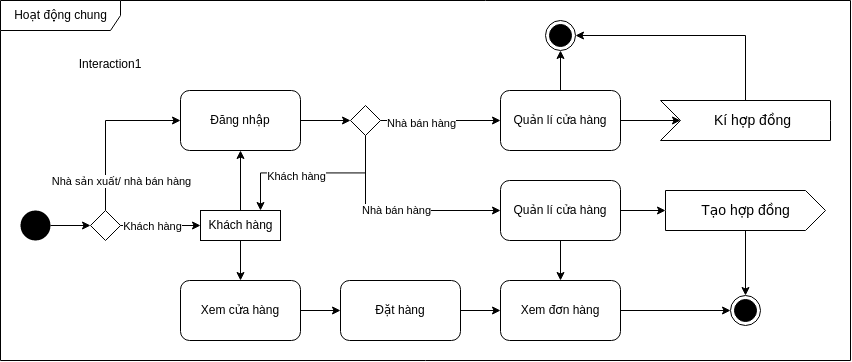
Before: images/activity.png, a diagram exported from draw.io (ocopee/docs). Source tidied: cells renumbered, new cells last; positions are measured from the earlier drawing's top-left corner, leaving out a move shared by most shapes. Its diagram source:
```xml
<mxGraphModel>
  <root>
    <mxCell id="0" />
    <mxCell id="1" parent="0" />
    <mxCell id="2" style="edgeStyle=orthogonalEdgeStyle;rounded=0;jettySize=auto;html=1;entryX=0;entryY=0.5;entryDx=0;entryDy=0;" parent="1" edge="1" source="5" target="34">
      <mxGeometry relative="1" as="geometry" />
    </mxCell>
    <mxCell id="3" style="edgeStyle=orthogonalEdgeStyle;rounded=0;jettySize=auto;html=1;entryX=0.75;entryY=0;entryDx=0;entryDy=0;exitX=0.5;exitY=1;exitDx=0;exitDy=0;" parent="1" edge="1" source="34" target="30">
      <mxGeometry relative="1" as="geometry" />
    </mxCell>
    <mxCell id="4" value="Khách hàng" style="edgeLabel;html=1;align=center;verticalAlign=middle;" parent="3" vertex="1">
      <mxGeometry x="0.19" y="3" relative="1" as="geometry" />
    </mxCell>
    <mxCell id="5" value="Đăng nhập" style="rounded=1;whiteSpace=wrap;html=1;" parent="1" vertex="1">
      <mxGeometry x="180" y="90" width="120" height="60" as="geometry" />
    </mxCell>
    <mxCell id="6" style="edgeStyle=orthogonalEdgeStyle;rounded=0;jettySize=auto;html=1;" parent="1" edge="1" source="8" target="21">
      <mxGeometry relative="1" as="geometry" />
    </mxCell>
    <mxCell id="7" style="edgeStyle=orthogonalEdgeStyle;rounded=0;jettySize=auto;html=1;entryX=0;entryY=0;entryDx=0;entryDy=20;entryPerimeter=0;" parent="1" edge="1" source="8" target="12">
      <mxGeometry relative="1" as="geometry" />
    </mxCell>
    <mxCell id="8" value="Quản lí cửa hàng" style="rounded=1;whiteSpace=wrap;html=1;" parent="1" vertex="1">
      <mxGeometry x="500" y="180" width="120" height="60" as="geometry" />
    </mxCell>
    <mxCell id="9" style="edgeStyle=orthogonalEdgeStyle;rounded=0;jettySize=auto;html=1;entryX=1;entryY=0.5;entryDx=0;entryDy=0;exitX=0;exitY=0;exitDx=85;exitDy=0;exitPerimeter=0;" parent="1" edge="1" source="10" target="37">
      <mxGeometry relative="1" as="geometry" />
    </mxCell>
    <mxCell id="10" value="Kí hợp đồng" style="html=1;shape=mxgraph.infographic.ribbonSimple;notch1=20;notch2=0;align=center;verticalAlign=middle;fontSize=14;fontStyle=0;fillColor=#FFFFFF;flipH=0;spacingRight=0;spacingLeft=14;" parent="1" vertex="1">
      <mxGeometry x="660" y="100" width="170" height="40" as="geometry" />
    </mxCell>
    <mxCell id="11" style="edgeStyle=orthogonalEdgeStyle;rounded=0;jettySize=auto;html=1;entryX=0.5;entryY=0;entryDx=0;entryDy=0;" parent="1" edge="1" source="12" target="35">
      <mxGeometry relative="1" as="geometry" />
    </mxCell>
    <mxCell id="12" value="Tạo hợp đồng" style="html=1;shape=mxgraph.infographic.ribbonSimple;notch1=0;notch2=20;align=center;verticalAlign=middle;fontSize=14;fontStyle=0;fillColor=#FFFFFF;" parent="1" vertex="1">
      <mxGeometry x="665" y="190" width="160" height="40" as="geometry" />
    </mxCell>
    <mxCell id="13" style="edgeStyle=orthogonalEdgeStyle;rounded=0;jettySize=auto;html=1;entryX=0;entryY=0;entryDx=20;entryDy=20;entryPerimeter=0;" parent="1" edge="1" source="15" target="10">
      <mxGeometry relative="1" as="geometry" />
    </mxCell>
    <mxCell id="14" style="edgeStyle=orthogonalEdgeStyle;rounded=0;jettySize=auto;html=1;" parent="1" edge="1" source="15" target="37">
      <mxGeometry relative="1" as="geometry" />
    </mxCell>
    <mxCell id="15" value="Quản lí cửa hàng" style="rounded=1;whiteSpace=wrap;html=1;" parent="1" vertex="1">
      <mxGeometry x="500" y="90" width="120" height="60" as="geometry" />
    </mxCell>
    <mxCell id="16" style="edgeStyle=orthogonalEdgeStyle;rounded=0;jettySize=auto;html=1;entryX=0;entryY=0.5;entryDx=0;entryDy=0;" parent="1" edge="1" source="17" target="19">
      <mxGeometry relative="1" as="geometry" />
    </mxCell>
    <mxCell id="17" value="Xem cửa hàng" style="rounded=1;whiteSpace=wrap;html=1;" parent="1" vertex="1">
      <mxGeometry x="180" y="280" width="120" height="60" as="geometry" />
    </mxCell>
    <mxCell id="18" style="edgeStyle=orthogonalEdgeStyle;rounded=0;jettySize=auto;html=1;entryX=0;entryY=0.5;entryDx=0;entryDy=0;" parent="1" edge="1" source="19" target="21">
      <mxGeometry relative="1" as="geometry" />
    </mxCell>
    <mxCell id="19" value="Đặt hàng" style="rounded=1;whiteSpace=wrap;html=1;" parent="1" vertex="1">
      <mxGeometry x="340" y="280" width="120" height="60" as="geometry" />
    </mxCell>
    <mxCell id="20" style="edgeStyle=orthogonalEdgeStyle;rounded=0;jettySize=auto;html=1;entryX=0;entryY=0.5;entryDx=0;entryDy=0;" parent="1" edge="1" source="21" target="35">
      <mxGeometry relative="1" as="geometry" />
    </mxCell>
    <mxCell id="21" value="Xem đơn hàng" style="rounded=1;whiteSpace=wrap;html=1;" parent="1" vertex="1">
      <mxGeometry x="500" y="280" width="120" height="60" as="geometry" />
    </mxCell>
    <mxCell id="22" style="edgeStyle=orthogonalEdgeStyle;rounded=0;jettySize=auto;html=1;entryX=0;entryY=0.5;entryDx=0;entryDy=0;" parent="1" edge="1" target="27">
      <mxGeometry relative="1" as="geometry">
        <mxPoint x="50" y="225" as="sourcePoint" />
      </mxGeometry>
    </mxCell>
    <mxCell id="23" style="edgeStyle=orthogonalEdgeStyle;rounded=0;jettySize=auto;html=1;entryX=0;entryY=0.5;entryDx=0;entryDy=0;" parent="1" edge="1" source="27" target="30">
      <mxGeometry relative="1" as="geometry" />
    </mxCell>
    <mxCell id="24" value="Khách hàng" style="edgeLabel;html=1;align=center;verticalAlign=middle;" parent="23" vertex="1">
      <mxGeometry x="-0.21" relative="1" as="geometry" />
    </mxCell>
    <mxCell id="25" style="edgeStyle=orthogonalEdgeStyle;rounded=0;jettySize=auto;html=1;entryX=0;entryY=0.5;entryDx=0;entryDy=0;exitX=0.5;exitY=0;exitDx=0;exitDy=0;" parent="1" edge="1" source="27" target="5">
      <mxGeometry relative="1" as="geometry" />
    </mxCell>
    <mxCell id="26" value="Nhà sản xuất/ nhà bán hàng" style="edgeLabel;html=1;align=center;verticalAlign=middle;" parent="25" vertex="1">
      <mxGeometry x="-0.13" y="1" relative="1" as="geometry">
        <mxPoint x="16" y="42" as="offset" />
      </mxGeometry>
    </mxCell>
    <mxCell id="27" style="rhombus;" parent="1" vertex="1">
      <mxGeometry x="90" y="210" width="30" height="30" as="geometry" />
    </mxCell>
    <mxCell id="28" style="edgeStyle=orthogonalEdgeStyle;rounded=0;jettySize=auto;html=1;entryX=0.5;entryY=1;entryDx=0;entryDy=0;" parent="1" edge="1" source="30" target="5">
      <mxGeometry relative="1" as="geometry" />
    </mxCell>
    <mxCell id="29" style="edgeStyle=orthogonalEdgeStyle;rounded=0;jettySize=auto;html=1;entryX=0.5;entryY=0;entryDx=0;entryDy=0;" parent="1" edge="1" source="30" target="17">
      <mxGeometry relative="1" as="geometry" />
    </mxCell>
    <mxCell id="30" value="Khách hàng" style="text;html=1;align=center;verticalAlign=middle;dashed=0;fillColor=#ffffff;strokeColor=#000000;" parent="1" vertex="1">
      <mxGeometry x="200" y="210" width="80" height="30" as="geometry" />
    </mxCell>
    <mxCell id="31" style="edgeStyle=orthogonalEdgeStyle;rounded=0;jettySize=auto;html=1;entryX=0;entryY=0.5;entryDx=0;entryDy=0;" parent="1" edge="1" source="34" target="15">
      <mxGeometry relative="1" as="geometry" />
    </mxCell>
    <mxCell id="32" value="Nhà bán hàng" style="edgeLabel;html=1;align=center;verticalAlign=middle;" parent="31" vertex="1">
      <mxGeometry x="-0.33" y="-2" relative="1" as="geometry" />
    </mxCell>
    <mxCell id="33" value="Nhà bán hàng" style="edgeStyle=orthogonalEdgeStyle;rounded=0;jettySize=auto;html=1;entryX=0;entryY=0.5;entryDx=0;entryDy=0;exitX=0.5;exitY=1;exitDx=0;exitDy=0;" parent="1" edge="1" source="34" target="8">
      <mxGeometry relative="1" as="geometry" />
    </mxCell>
    <mxCell id="34" style="rhombus;" parent="1" vertex="1">
      <mxGeometry x="350" y="105" width="30" height="30" as="geometry" />
    </mxCell>
    <mxCell id="35" style="ellipse;html=1;shape=endState;fillColor=#000000;strokeColor=#000000;" parent="1" vertex="1">
      <mxGeometry x="730" y="295" width="30" height="30" as="geometry" />
    </mxCell>
    <mxCell id="36" style="ellipse;fillColor=#000000;strokeColor=none;" parent="1" vertex="1">
      <mxGeometry x="20" y="210" width="30" height="30" as="geometry" />
    </mxCell>
    <mxCell id="37" style="ellipse;html=1;shape=endState;fillColor=#000000;strokeColor=#000000;" parent="1" vertex="1">
      <mxGeometry x="545" y="20" width="30" height="30" as="geometry" />
    </mxCell>
    <mxCell id="38" value="Hoạt động chung" style="shape=umlFrame;tabPosition=left;html=1;boundedLbl=1;labelInHeader=1;width=120;height=30;" parent="1" vertex="1">
      <mxGeometry width="850" height="360" as="geometry" />
    </mxCell>
    <mxCell id="39" value="Interaction1" style="text;align=center;" parent="38" vertex="1">
      <mxGeometry width="100" height="20" relative="1" as="geometry">
        <mxPoint x="60" y="50" as="offset" />
      </mxGeometry>
    </mxCell>
  </root>
</mxGraphModel>
```
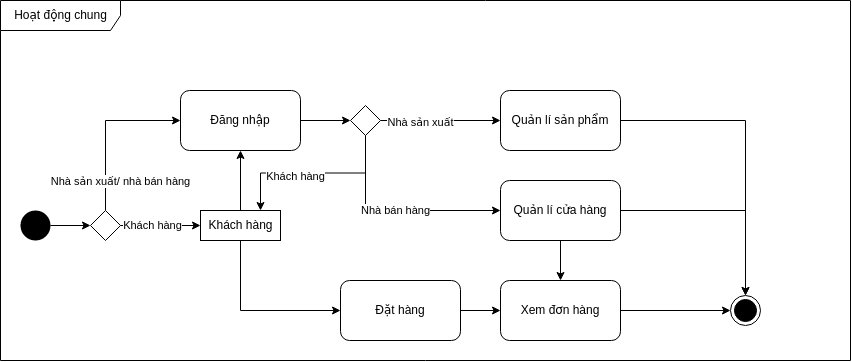
Later version of the same file.

The edit, as a diff of the source:
```diff
@@ -2,6 +2,9 @@
   <root>
     <mxCell id="0" />
     <mxCell id="1" parent="0" />
+    <mxCell id="38" value="Hoạt động chung" style="shape=umlFrame;tabPosition=left;html=1;boundedLbl=1;labelInHeader=1;width=120;height=30;" parent="1" vertex="1">
+      <mxGeometry width="850" height="360" as="geometry" />
+    </mxCell>
     <mxCell id="2" style="edgeStyle=orthogonalEdgeStyle;rounded=0;jettySize=auto;html=1;entryX=0;entryY=0.5;entryDx=0;entryDy=0;" parent="1" edge="1" source="5" target="34">
       <mxGeometry relative="1" as="geometry" />
     </mxCell>
@@ -17,39 +20,18 @@
     <mxCell id="6" style="edgeStyle=orthogonalEdgeStyle;rounded=0;jettySize=auto;html=1;" parent="1" edge="1" source="8" target="21">
       <mxGeometry relative="1" as="geometry" />
     </mxCell>
-    <mxCell id="7" style="edgeStyle=orthogonalEdgeStyle;rounded=0;jettySize=auto;html=1;entryX=0;entryY=0;entryDx=0;entryDy=20;entryPerimeter=0;" parent="1" edge="1" source="8" target="12">
+    <mxCell id="7" style="edgeStyle=orthogonalEdgeStyle;rounded=0;jettySize=auto;html=1;" parent="1" edge="1" source="8" target="35">
       <mxGeometry relative="1" as="geometry" />
     </mxCell>
     <mxCell id="8" value="Quản lí cửa hàng" style="rounded=1;whiteSpace=wrap;html=1;" parent="1" vertex="1">
       <mxGeometry x="500" y="180" width="120" height="60" as="geometry" />
     </mxCell>
-    <mxCell id="9" style="edgeStyle=orthogonalEdgeStyle;rounded=0;jettySize=auto;html=1;entryX=1;entryY=0.5;entryDx=0;entryDy=0;exitX=0;exitY=0;exitDx=85;exitDy=0;exitPerimeter=0;" parent="1" edge="1" source="10" target="37">
-      <mxGeometry relative="1" as="geometry" />
-    </mxCell>
-    <mxCell id="10" value="Kí hợp đồng" style="html=1;shape=mxgraph.infographic.ribbonSimple;notch1=20;notch2=0;align=center;verticalAlign=middle;fontSize=14;fontStyle=0;fillColor=#FFFFFF;flipH=0;spacingRight=0;spacingLeft=14;" parent="1" vertex="1">
-      <mxGeometry x="660" y="100" width="170" height="40" as="geometry" />
-    </mxCell>
-    <mxCell id="11" style="edgeStyle=orthogonalEdgeStyle;rounded=0;jettySize=auto;html=1;entryX=0.5;entryY=0;entryDx=0;entryDy=0;" parent="1" edge="1" source="12" target="35">
-      <mxGeometry relative="1" as="geometry" />
-    </mxCell>
-    <mxCell id="12" value="Tạo hợp đồng" style="html=1;shape=mxgraph.infographic.ribbonSimple;notch1=0;notch2=20;align=center;verticalAlign=middle;fontSize=14;fontStyle=0;fillColor=#FFFFFF;" parent="1" vertex="1">
-      <mxGeometry x="665" y="190" width="160" height="40" as="geometry" />
-    </mxCell>
-    <mxCell id="13" style="edgeStyle=orthogonalEdgeStyle;rounded=0;jettySize=auto;html=1;entryX=0;entryY=0;entryDx=20;entryDy=20;entryPerimeter=0;" parent="1" edge="1" source="15" target="10">
+    <mxCell id="13" style="edgeStyle=orthogonalEdgeStyle;rounded=0;jettySize=auto;html=1;entryX=0.5;entryY=0;entryDx=0;entryDy=0;" parent="1" edge="1" source="15" target="35">
       <mxGeometry relative="1" as="geometry" />
     </mxCell>
-    <mxCell id="14" style="edgeStyle=orthogonalEdgeStyle;rounded=0;jettySize=auto;html=1;" parent="1" edge="1" source="15" target="37">
-      <mxGeometry relative="1" as="geometry" />
-    </mxCell>
-    <mxCell id="15" value="Quản lí cửa hàng" style="rounded=1;whiteSpace=wrap;html=1;" parent="1" vertex="1">
+    <mxCell id="15" value="Quản lí sản phẩm" style="rounded=1;whiteSpace=wrap;html=1;" parent="1" vertex="1">
       <mxGeometry x="500" y="90" width="120" height="60" as="geometry" />
     </mxCell>
-    <mxCell id="16" style="edgeStyle=orthogonalEdgeStyle;rounded=0;jettySize=auto;html=1;entryX=0;entryY=0.5;entryDx=0;entryDy=0;" parent="1" edge="1" source="17" target="19">
-      <mxGeometry relative="1" as="geometry" />
-    </mxCell>
-    <mxCell id="17" value="Xem cửa hàng" style="rounded=1;whiteSpace=wrap;html=1;" parent="1" vertex="1">
-      <mxGeometry x="180" y="280" width="120" height="60" as="geometry" />
-    </mxCell>
     <mxCell id="18" style="edgeStyle=orthogonalEdgeStyle;rounded=0;jettySize=auto;html=1;entryX=0;entryY=0.5;entryDx=0;entryDy=0;" parent="1" edge="1" source="19" target="21">
       <mxGeometry relative="1" as="geometry" />
     </mxCell>
@@ -87,7 +69,7 @@
     <mxCell id="28" style="edgeStyle=orthogonalEdgeStyle;rounded=0;jettySize=auto;html=1;entryX=0.5;entryY=1;entryDx=0;entryDy=0;" parent="1" edge="1" source="30" target="5">
       <mxGeometry relative="1" as="geometry" />
     </mxCell>
-    <mxCell id="29" style="edgeStyle=orthogonalEdgeStyle;rounded=0;jettySize=auto;html=1;entryX=0.5;entryY=0;entryDx=0;entryDy=0;" parent="1" edge="1" source="30" target="17">
+    <mxCell id="29" style="edgeStyle=orthogonalEdgeStyle;rounded=0;jettySize=auto;html=1;entryX=0;entryY=0.5;entryDx=0;entryDy=0;exitX=0.5;exitY=1;exitDx=0;exitDy=0;" parent="1" edge="1" source="30" target="19">
       <mxGeometry relative="1" as="geometry" />
     </mxCell>
     <mxCell id="30" value="Khách hàng" style="text;html=1;align=center;verticalAlign=middle;dashed=0;fillColor=#ffffff;strokeColor=#000000;" parent="1" vertex="1">
@@ -96,7 +78,7 @@
     <mxCell id="31" style="edgeStyle=orthogonalEdgeStyle;rounded=0;jettySize=auto;html=1;entryX=0;entryY=0.5;entryDx=0;entryDy=0;" parent="1" edge="1" source="34" target="15">
       <mxGeometry relative="1" as="geometry" />
     </mxCell>
-    <mxCell id="32" value="Nhà bán hàng" style="edgeLabel;html=1;align=center;verticalAlign=middle;" parent="31" vertex="1">
+    <mxCell id="32" value="Nhà sản xuất" style="edgeLabel;html=1;align=center;verticalAlign=middle;" parent="31" vertex="1">
       <mxGeometry x="-0.33" y="-2" relative="1" as="geometry" />
     </mxCell>
     <mxCell id="33" value="Nhà bán hàng" style="edgeStyle=orthogonalEdgeStyle;rounded=0;jettySize=auto;html=1;entryX=0;entryY=0.5;entryDx=0;entryDy=0;exitX=0.5;exitY=1;exitDx=0;exitDy=0;" parent="1" edge="1" source="34" target="8">
@@ -111,16 +93,5 @@
     <mxCell id="36" style="ellipse;fillColor=#000000;strokeColor=none;" parent="1" vertex="1">
       <mxGeometry x="20" y="210" width="30" height="30" as="geometry" />
     </mxCell>
-    <mxCell id="37" style="ellipse;html=1;shape=endState;fillColor=#000000;strokeColor=#000000;" parent="1" vertex="1">
-      <mxGeometry x="545" y="20" width="30" height="30" as="geometry" />
-    </mxCell>
-    <mxCell id="38" value="Hoạt động chung" style="shape=umlFrame;tabPosition=left;html=1;boundedLbl=1;labelInHeader=1;width=120;height=30;" parent="1" vertex="1">
-      <mxGeometry width="850" height="360" as="geometry" />
-    </mxCell>
-    <mxCell id="39" value="Interaction1" style="text;align=center;" parent="38" vertex="1">
-      <mxGeometry width="100" height="20" relative="1" as="geometry">
-        <mxPoint x="60" y="50" as="offset" />
-      </mxGeometry>
-    </mxCell>
   </root>
 </mxGraphModel>
```
